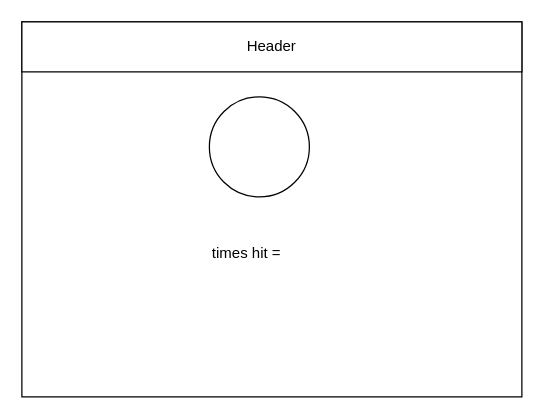
Earlier version of the draw.io diagram design/story-board.drawio (brennan-lee/ICS2O-6-02). Source tidied: cells renumbered, new cells numbered last; positions are measured from the earlier drawing's top-left corner, leaving out a move shared by most shapes. Both pictures are drawn from the tidied source at 125%, with x=0, y=0 at pixel (21, 21).
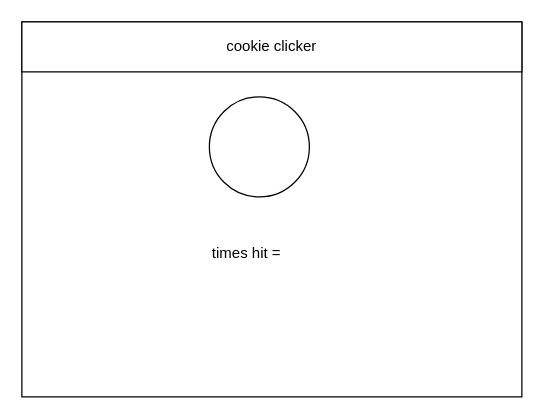
After the change.

Commit message (it also covers changes not shown here):
flow and story broard

The edit, as a diff of the source:
```diff
@@
 <mxGraphModel>
   <root>
     <mxCell id="0" />
     <mxCell id="1" parent="0" />
     <mxCell id="2" style="rounded=0;whiteSpace=wrap;html=1;" parent="1" vertex="1">
       <mxGeometry width="400" height="300" as="geometry" />
     </mxCell>
-    <mxCell id="3" value="Header" style="rounded=0;whiteSpace=wrap;html=1;" parent="1" vertex="1">
+    <mxCell id="3" value="cookie clicker" style="rounded=0;whiteSpace=wrap;html=1;" parent="1" vertex="1">
       <mxGeometry width="400" height="40" as="geometry" />
     </mxCell>
     <mxCell id="4" style="ellipse;whiteSpace=wrap;html=1;" parent="1" vertex="1">
       <mxGeometry x="150" y="60" width="80" height="80" as="geometry" />
     </mxCell>
     <mxCell id="5" value="times hit =" style="text;html=1;strokeColor=none;fillColor=none;align=center;verticalAlign=middle;whiteSpace=wrap;rounded=0;" parent="1" vertex="1">
       <mxGeometry x="150" y="170" width="60" height="30" as="geometry" />
     </mxCell>
   </root>
 </mxGraphModel>
```
